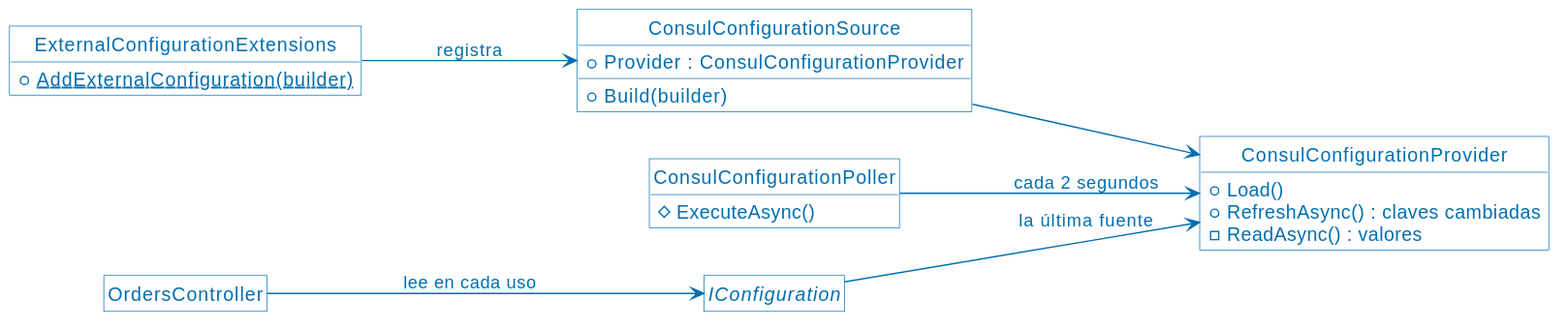
ucudal/ANDIS2_UT4_DEMO1 keeps this PlantUML diagram as assets/23-external-configuration-store-clases.svg. Above is the earlier version.
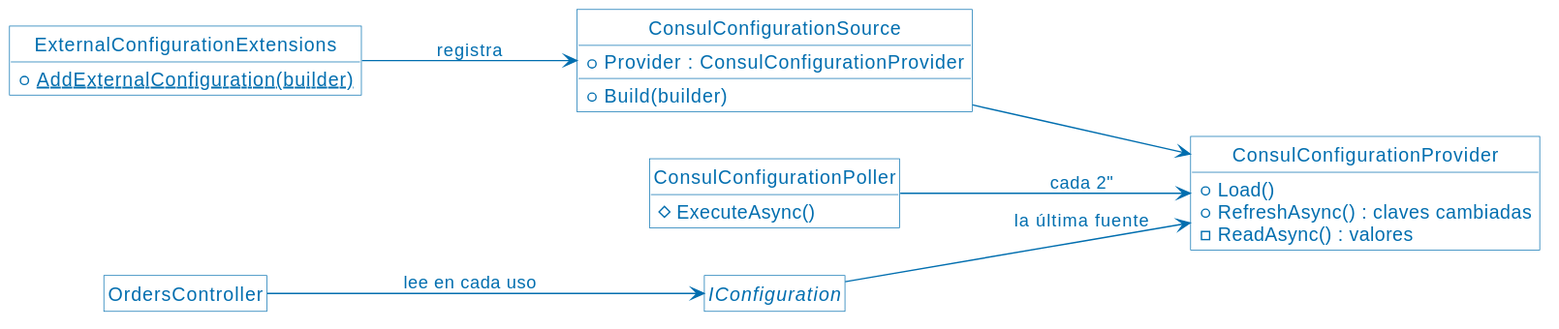
Above is the later version.

Diff of the diagram source:
```diff
@@ -23,7 +23,7 @@
 
 ExternalConfigurationExtensions --> ConsulConfigurationSource : registra
 ConsulConfigurationSource --> ConsulConfigurationProvider
-ConsulConfigurationPoller --> ConsulConfigurationProvider : cada 2 segundos
+ConsulConfigurationPoller --> ConsulConfigurationProvider : cada 2"
 IConfiguration --> ConsulConfigurationProvider : la última fuente
 OrdersController --> IConfiguration : lee en cada uso
 @enduml
```
